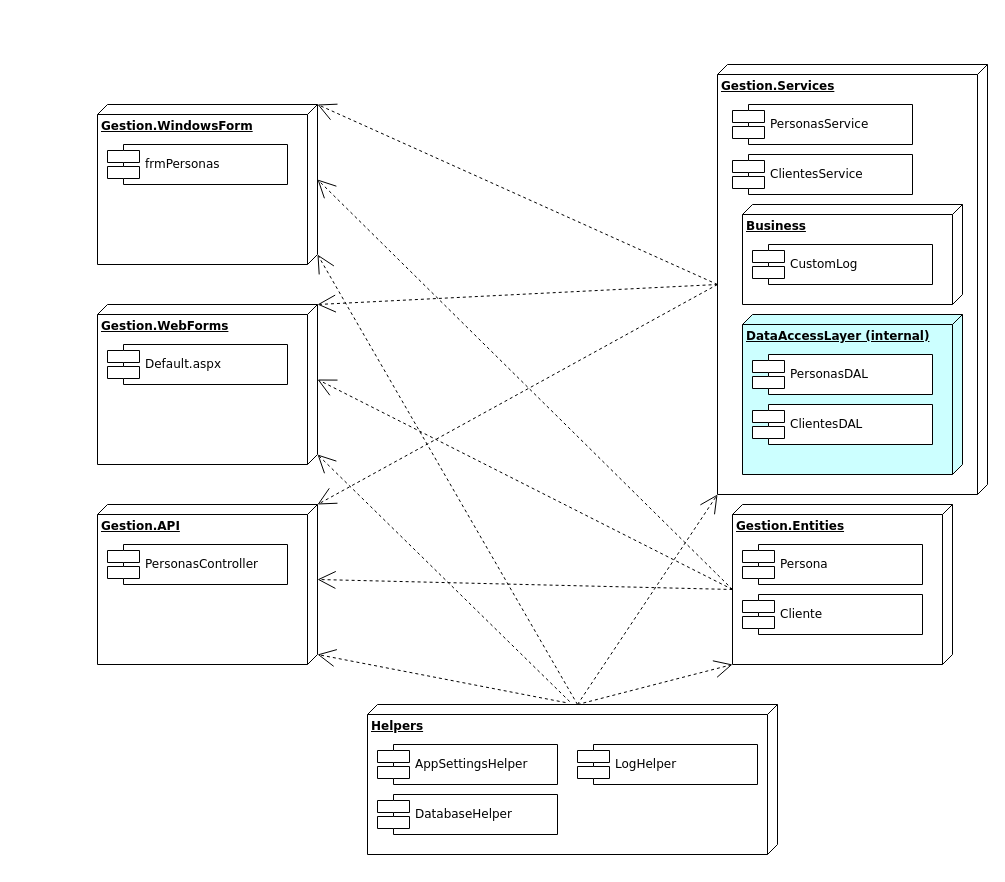
The draw.io diagram Gestion-Dependencias.drawio in polshu/SampleArquitectura, before the edit. Source tidied: cells renumbered, new cells numbered last; positions are measured from the earlier drawing's top-left corner, leaving out a move shared by most shapes. Both pictures are drawn from the tidied source at 100%, with x=0, y=0 at pixel (97, 64).
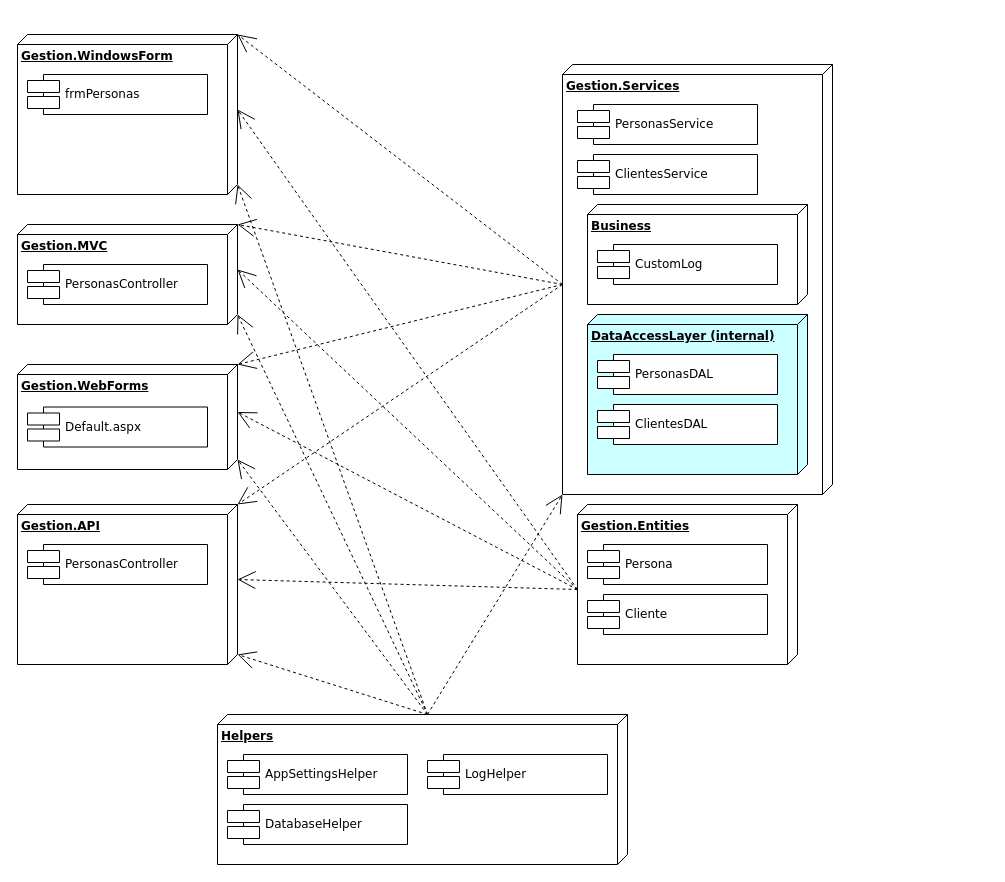
After the change.

The change refers to these unchanged cells:
```xml
<mxCell id="4" value="&lt;b&gt;Gestion.Entities&lt;/b&gt;&lt;br&gt;" style="verticalAlign=top;align=left;spacingTop=8;spacingLeft=2;spacingRight=12;shape=cube;size=10;direction=south;fontStyle=4;html=1;rounded=0;shadow=0;comic=0;labelBackgroundColor=none;strokeColor=#000000;strokeWidth=1;fillColor=#ffffff;fontFamily=Verdana;fontSize=12;fontColor=#000000;" parent="3" vertex="1">
  <mxGeometry width="220" height="160" as="geometry" />
</mxCell>
<mxCell id="8" value="&lt;b&gt;Gestion.API&lt;/b&gt;&lt;br&gt;" style="verticalAlign=top;align=left;spacingTop=8;spacingLeft=2;spacingRight=12;shape=cube;size=10;direction=south;fontStyle=4;html=1;rounded=0;shadow=0;comic=0;labelBackgroundColor=none;strokeColor=#000000;strokeWidth=1;fillColor=#ffffff;fontFamily=Verdana;fontSize=12;fontColor=#000000;" parent="7" vertex="1">
  <mxGeometry width="220" height="160" as="geometry" />
</mxCell>
<mxCell id="14" value="&lt;b&gt;Gestion.WindowsForm&lt;/b&gt;" style="verticalAlign=top;align=left;spacingTop=8;spacingLeft=2;spacingRight=12;shape=cube;size=10;direction=south;fontStyle=4;html=1;rounded=0;shadow=0;comic=0;labelBackgroundColor=none;strokeColor=#000000;strokeWidth=1;fillColor=#ffffff;fontFamily=Verdana;fontSize=12;fontColor=#000000;" parent="13" vertex="1">
  <mxGeometry width="220" height="160" as="geometry" />
</mxCell>
<mxCell id="17" value="&lt;b&gt;Gestion.Services&lt;br&gt;&lt;/b&gt;" style="verticalAlign=top;align=left;spacingTop=8;spacingLeft=2;spacingRight=12;shape=cube;size=10;direction=south;fontStyle=4;html=1;rounded=0;shadow=0;comic=0;labelBackgroundColor=none;strokeColor=#000000;strokeWidth=1;fillColor=#ffffff;fontFamily=Verdana;fontSize=12;fontColor=#000000;" parent="16" vertex="1">
  <mxGeometry width="270" height="430" as="geometry" />
</mxCell>
<mxCell id="38" value="&lt;b&gt;Helpers&lt;br&gt;&lt;/b&gt;&lt;br&gt;" style="verticalAlign=top;align=left;spacingTop=8;spacingLeft=2;spacingRight=12;shape=cube;size=10;direction=south;fontStyle=4;html=1;rounded=0;shadow=0;comic=0;labelBackgroundColor=none;strokeColor=#000000;strokeWidth=1;fillColor=#ffffff;fontFamily=Verdana;fontSize=12;fontColor=#000000;" parent="37" vertex="1">
  <mxGeometry width="410" height="150" as="geometry" />
</mxCell>
```

Change to the diagram source:
```diff
@@
-    <mxCell id="2" style="edgeStyle=none;rounded=0;html=1;dashed=1;labelBackgroundColor=none;startArrow=none;startFill=0;startSize=8;endArrow=open;endFill=0;endSize=16;fontFamily=Verdana;fontSize=12;entryX=0;entryY=0;entryDx=150;entryDy=0;entryPerimeter=0;exitX=-0.013;exitY=0.517;exitDx=0;exitDy=0;exitPerimeter=0;" parent="1" edge="1" source="38" target="8">
+    <mxCell id="2" style="edgeStyle=none;rounded=0;html=1;dashed=1;labelBackgroundColor=none;startArrow=none;startFill=0;startSize=8;endArrow=open;endFill=0;endSize=16;fontFamily=Verdana;fontSize=12;entryX=0;entryY=0;entryDx=150;entryDy=0;entryPerimeter=0;exitX=0;exitY=0;exitDx=0;exitDy=200;exitPerimeter=0;" parent="1" edge="1" source="38" target="8">
       <mxGeometry relative="1" as="geometry" />
     </mxCell>
     <mxCell id="3" style="group;" parent="1" vertex="1">
-      <mxGeometry x="635" y="440" width="220" height="160" as="geometry" />
+      <mxGeometry x="480" y="440" width="220" height="160" as="geometry" />
     </mxCell>
@@
     <mxCell id="7" style="group;" parent="1" vertex="1">
-      <mxGeometry y="440" width="220" height="160" as="geometry" />
+      <mxGeometry x="-80" y="440" width="220" height="160" as="geometry" />
     </mxCell>
@@
-    <mxCell id="10" style="group;" parent="1" vertex="1">
-      <mxGeometry y="240" width="220" height="160" as="geometry" />
-    </mxCell>
-    <mxCell id="11" value="&lt;b&gt;Gestion.WebForms&lt;/b&gt;&lt;br&gt;" style="verticalAlign=top;align=left;spacingTop=8;spacingLeft=2;spacingRight=12;shape=cube;size=10;direction=south;fontStyle=4;html=1;rounded=0;shadow=0;comic=0;labelBackgroundColor=none;strokeColor=#000000;strokeWidth=1;fillColor=#ffffff;fontFamily=Verdana;fontSize=12;fontColor=#000000;" parent="10" vertex="1">
-      <mxGeometry width="220" height="160" as="geometry" />
-    </mxCell>
-    <mxCell id="12" value="Default.aspx" style="shape=component;align=left;spacingLeft=36;rounded=0;shadow=0;comic=0;labelBackgroundColor=none;strokeColor=#000000;strokeWidth=1;fillColor=#ffffff;fontFamily=Verdana;fontSize=12;fontColor=#000000;html=1;" parent="10" vertex="1">
-      <mxGeometry x="10" y="40" width="180" height="40" as="geometry" />
-    </mxCell>
     <mxCell id="13" style="group;" parent="1" vertex="1">
-      <mxGeometry y="40" width="220" height="160" as="geometry" />
+      <mxGeometry x="-80" y="-30" width="220" height="160" as="geometry" />
     </mxCell>
@@
     <mxCell id="16" style="group;" parent="1" vertex="1">
-      <mxGeometry x="620" width="270" height="430" as="geometry" />
+      <mxGeometry x="465" width="270" height="430" as="geometry" />
     </mxCell>
@@
-    <mxCell id="28" style="edgeStyle=none;rounded=0;html=1;dashed=1;labelBackgroundColor=none;startArrow=none;startFill=0;startSize=8;endArrow=open;endFill=0;endSize=16;fontFamily=Verdana;fontSize=12;entryX=0;entryY=0;entryDx=150;entryDy=0;entryPerimeter=0;exitX=-0.02;exitY=0.507;exitDx=0;exitDy=0;exitPerimeter=0;" parent="1" edge="1" source="38" target="11">
+    <mxCell id="28" style="edgeStyle=none;rounded=0;html=1;dashed=1;labelBackgroundColor=none;startArrow=none;startFill=0;startSize=8;endArrow=open;endFill=0;endSize=16;fontFamily=Verdana;fontSize=12;entryX=0;entryY=0;entryDx=95;entryDy=0;entryPerimeter=0;exitX=0;exitY=0;exitDx=0;exitDy=200;exitPerimeter=0;" parent="1" edge="1" source="38" target="11">
       <mxGeometry relative="1" as="geometry" />
     </mxCell>
@@
-    <mxCell id="32" style="edgeStyle=none;rounded=0;html=1;dashed=1;labelBackgroundColor=none;startArrow=none;startFill=0;startSize=8;endArrow=open;endFill=0;endSize=16;fontFamily=Verdana;fontSize=12;entryX=0;entryY=0;entryDx=75;entryDy=0;entryPerimeter=0;exitX=0;exitY=0;exitDx=85;exitDy=220;exitPerimeter=0;" parent="1" edge="1" source="4" target="11">
+    <mxCell id="32" style="edgeStyle=none;rounded=0;html=1;dashed=1;labelBackgroundColor=none;startArrow=none;startFill=0;startSize=8;endArrow=open;endFill=0;endSize=16;fontFamily=Verdana;fontSize=12;entryX=0;entryY=0;entryDx=47.5;entryDy=0;entryPerimeter=0;exitX=0;exitY=0;exitDx=85;exitDy=220;exitPerimeter=0;" parent="1" edge="1" source="4" target="11">
       <mxGeometry relative="1" as="geometry" />
     </mxCell>
@@
-    <mxCell id="35" style="edgeStyle=none;rounded=0;html=1;dashed=1;labelBackgroundColor=none;startArrow=none;startFill=0;startSize=8;endArrow=open;endFill=0;endSize=16;fontFamily=Verdana;fontSize=12;entryX=0;entryY=0;entryDx=0;entryDy=0;entryPerimeter=0;" parent="1" edge="1" target="14">
-      <mxGeometry relative="1" as="geometry">
-        <mxPoint x="620" y="220" as="sourcePoint" />
-      </mxGeometry>
+    <mxCell id="35" style="edgeStyle=none;rounded=0;html=1;dashed=1;labelBackgroundColor=none;startArrow=none;startFill=0;startSize=8;endArrow=open;endFill=0;endSize=16;fontFamily=Verdana;fontSize=12;entryX=0;entryY=0;entryDx=0;entryDy=0;entryPerimeter=0;exitX=0;exitY=0;exitDx=220;exitDy=270;exitPerimeter=0;" parent="1" edge="1" source="17" target="14">
+      <mxGeometry relative="1" as="geometry" />
     </mxCell>
-    <mxCell id="36" style="edgeStyle=none;rounded=0;html=1;dashed=1;labelBackgroundColor=none;startArrow=none;startFill=0;startSize=8;endArrow=open;endFill=0;endSize=16;fontFamily=Verdana;fontSize=12;exitX=0;exitY=0;exitDx=0;exitDy=200;exitPerimeter=0;entryX=1;entryY=1;entryDx=0;entryDy=0;entryPerimeter=0;" parent="1" edge="1" source="38" target="4">
+    <mxCell id="36" style="edgeStyle=none;rounded=0;html=1;dashed=1;labelBackgroundColor=none;startArrow=none;startFill=0;startSize=8;endArrow=open;endFill=0;endSize=16;fontFamily=Verdana;fontSize=12;exitX=0;exitY=0;exitDx=85;exitDy=220;exitPerimeter=0;entryX=0;entryY=0;entryDx=45;entryDy=0;entryPerimeter=0;" parent="1" edge="1" source="4" target="44">
       <mxGeometry relative="1" as="geometry" />
     </mxCell>
     <mxCell id="37" style="group;" parent="1" vertex="1">
-      <mxGeometry x="270" y="640" width="410" height="150" as="geometry" />
+      <mxGeometry x="120" y="650" width="410" height="150" as="geometry" />
     </mxCell>
@@
+    <mxCell id="43" style="group;" parent="1" vertex="1">
+      <mxGeometry x="-80" y="160" width="220" height="100" as="geometry" />
+    </mxCell>
+    <mxCell id="44" value="&lt;b&gt;Gestion.MVC&lt;/b&gt;&lt;br&gt;" style="verticalAlign=top;align=left;spacingTop=8;spacingLeft=2;spacingRight=12;shape=cube;size=10;direction=south;fontStyle=4;html=1;rounded=0;shadow=0;comic=0;labelBackgroundColor=none;strokeColor=#000000;strokeWidth=1;fillColor=#ffffff;fontFamily=Verdana;fontSize=12;fontColor=#000000;" parent="43" vertex="1">
+      <mxGeometry width="220" height="100" as="geometry" />
+    </mxCell>
+    <mxCell id="45" value="PersonasController" style="shape=component;align=left;spacingLeft=36;rounded=0;shadow=0;comic=0;labelBackgroundColor=none;strokeColor=#000000;strokeWidth=1;fillColor=#ffffff;fontFamily=Verdana;fontSize=12;fontColor=#000000;html=1;" parent="43" vertex="1">
+      <mxGeometry x="10" y="40" width="180" height="40" as="geometry" />
+    </mxCell>
+    <mxCell id="46" style="group;" parent="1" vertex="1">
+      <mxGeometry x="-80" y="290" width="220" height="115" as="geometry" />
+    </mxCell>
+    <mxCell id="47" style="group;" parent="46" vertex="1">
+      <mxGeometry y="10" width="220" height="105" as="geometry" />
+    </mxCell>
+    <mxCell id="11" value="&lt;b&gt;Gestion.WebForms&lt;/b&gt;&lt;br&gt;" style="verticalAlign=top;align=left;spacingTop=8;spacingLeft=2;spacingRight=12;shape=cube;size=10;direction=south;fontStyle=4;html=1;rounded=0;shadow=0;comic=0;labelBackgroundColor=none;strokeColor=#000000;strokeWidth=1;fillColor=#ffffff;fontFamily=Verdana;fontSize=12;fontColor=#000000;" parent="47" vertex="1">
+      <mxGeometry width="220" height="105" as="geometry" />
+    </mxCell>
+    <mxCell id="12" value="Default.aspx" style="shape=component;align=left;spacingLeft=36;rounded=0;shadow=0;comic=0;labelBackgroundColor=none;strokeColor=#000000;strokeWidth=1;fillColor=#ffffff;fontFamily=Verdana;fontSize=12;fontColor=#000000;html=1;" parent="47" vertex="1">
+      <mxGeometry x="10" y="42.5" width="180" height="40" as="geometry" />
+    </mxCell>
+    <mxCell id="48" style="edgeStyle=none;rounded=0;html=1;dashed=1;labelBackgroundColor=none;startArrow=none;startFill=0;startSize=8;endArrow=open;endFill=0;endSize=16;fontFamily=Verdana;fontSize=12;exitX=0;exitY=0;exitDx=220;exitDy=270;exitPerimeter=0;entryX=0;entryY=0;entryDx=0;entryDy=0;entryPerimeter=0;" parent="1" edge="1" source="17" target="44">
+      <mxGeometry relative="1" as="geometry" />
+    </mxCell>
+    <mxCell id="49" style="edgeStyle=none;rounded=0;html=1;dashed=1;labelBackgroundColor=none;startArrow=none;startFill=0;startSize=8;endArrow=open;endFill=0;endSize=16;fontFamily=Verdana;fontSize=12;entryX=0;entryY=0;entryDx=90;entryDy=0;entryPerimeter=0;exitX=0;exitY=0;exitDx=0;exitDy=200;exitPerimeter=0;" parent="1" edge="1" source="38" target="44">
+      <mxGeometry relative="1" as="geometry" />
+    </mxCell>
```
